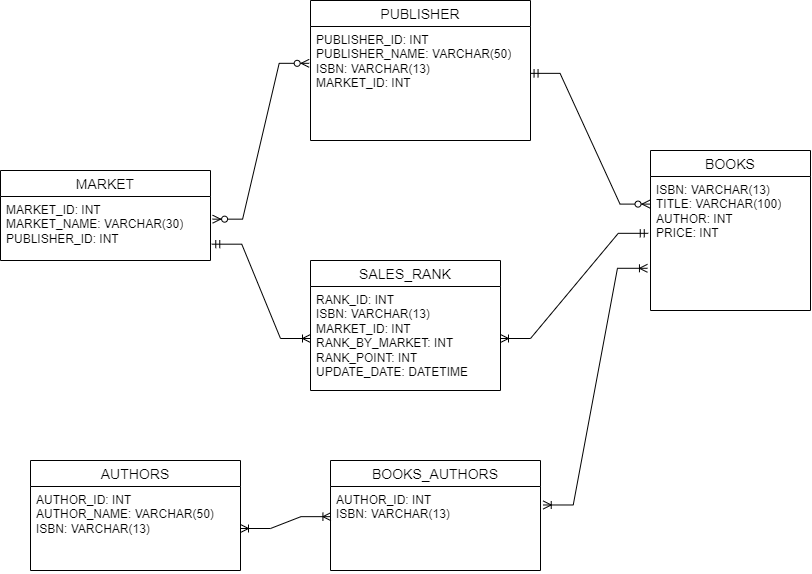
Above: Mini_Project_2/source/prepare_to_Crawling/ERD_PHYSICAL.drawio.png in Hyunminmax/MiniProjects (draw.io), before the change. Source tidied: cells renumbered, new cells last; positions are measured from the earlier drawing's top-left corner, leaving out a move shared by most shapes. The source it was exported from:
```xml
<mxGraphModel>
  <root>
    <mxCell id="0" />
    <mxCell id="1" parent="0" />
    <mxCell id="2" value="MARKET" style="swimlane;fontStyle=0;horizontal=1;startSize=26;align=center;fontSize=14;" parent="1" vertex="1">
      <mxGeometry y="170" width="210" height="90" as="geometry" />
    </mxCell>
    <mxCell id="3" value="MARKET_ID: INT&lt;br&gt;MARKET_NAME: VARCHAR(30)&lt;br&gt;PUBLISHER_ID: INT" style="text;strokeColor=none;fillColor=none;spacingLeft=4;spacingRight=4;overflow=hidden;points=[[0,0.5],[1,0.5]];portConstraint=eastwest;fontSize=12;whiteSpace=wrap;html=1;" parent="2" vertex="1">
      <mxGeometry y="26" width="210" height="64" as="geometry" />
    </mxCell>
    <mxCell id="4" value="PUBLISHER" style="swimlane;fontStyle=0;horizontal=1;startSize=26;align=center;fontSize=14;" parent="1" vertex="1">
      <mxGeometry x="310" width="220" height="140" as="geometry" />
    </mxCell>
    <mxCell id="5" value="PUBLISHER_ID: INT&lt;br&gt;PUBLISHER_NAME: VARCHAR(50)&lt;br&gt;ISBN: VARCHAR(13)&lt;br&gt;MARKET_ID: INT" style="text;strokeColor=none;fillColor=none;spacingLeft=4;spacingRight=4;overflow=hidden;points=[[0,0.5],[1,0.5]];portConstraint=eastwest;fontSize=12;whiteSpace=wrap;html=1;" parent="4" vertex="1">
      <mxGeometry y="26" width="220" height="114" as="geometry" />
    </mxCell>
    <mxCell id="6" value="SALES_RANK" style="swimlane;fontStyle=0;horizontal=1;startSize=26;align=center;fontSize=14;" parent="1" vertex="1">
      <mxGeometry x="310" y="260" width="190" height="130" as="geometry" />
    </mxCell>
    <mxCell id="7" value="RANK_ID: INT&lt;br&gt;ISBN: VARCHAR(13)&lt;br&gt;MARKET_ID: INT&lt;br&gt;RANK_BY_MARKET: INT&lt;br&gt;RANK_POINT: INT&lt;br&gt;UPDATE_DATE: DATETIME" style="text;strokeColor=none;fillColor=none;spacingLeft=4;spacingRight=4;overflow=hidden;points=[[0,0.5],[1,0.5]];portConstraint=eastwest;fontSize=12;whiteSpace=wrap;html=1;" parent="6" vertex="1">
      <mxGeometry y="26" width="190" height="104" as="geometry" />
    </mxCell>
    <mxCell id="8" value="BOOKS" style="swimlane;fontStyle=0;horizontal=1;startSize=26;align=center;fontSize=14;" parent="1" vertex="1">
      <mxGeometry x="650" y="150" width="160" height="160" as="geometry" />
    </mxCell>
    <mxCell id="9" value="ISBN: VARCHAR(13)&lt;div&gt;TITLE: VARCHAR(100)&lt;/div&gt;&lt;div&gt;AUTHOR: INT&lt;/div&gt;&lt;div&gt;PRICE: INT&lt;/div&gt;" style="text;strokeColor=none;fillColor=none;spacingLeft=4;spacingRight=4;overflow=hidden;points=[[0,0.5],[1,0.5]];portConstraint=eastwest;fontSize=12;whiteSpace=wrap;html=1;" parent="8" vertex="1">
      <mxGeometry y="26" width="160" height="134" as="geometry" />
    </mxCell>
    <mxCell id="10" value="AUTHORS" style="swimlane;fontStyle=0;horizontal=1;startSize=26;align=center;fontSize=14;" parent="1" vertex="1">
      <mxGeometry x="30" y="460" width="210" height="110" as="geometry" />
    </mxCell>
    <mxCell id="11" value="AUTHOR_ID: INT&lt;br&gt;AUTHOR_NAME: VARCHAR(50)&lt;div&gt;ISBN: VARCHAR(13)&lt;/div&gt;" style="text;strokeColor=none;fillColor=none;spacingLeft=4;spacingRight=4;overflow=hidden;points=[[0,0.5],[1,0.5]];portConstraint=eastwest;fontSize=12;whiteSpace=wrap;html=1;" parent="10" vertex="1">
      <mxGeometry y="26" width="210" height="84" as="geometry" />
    </mxCell>
    <mxCell id="12" value="BOOKS_AUTHORS" style="swimlane;fontStyle=0;horizontal=1;startSize=26;align=center;fontSize=14;" parent="1" vertex="1">
      <mxGeometry x="330" y="460" width="210" height="110" as="geometry" />
    </mxCell>
    <mxCell id="13" value="AUTHOR_ID: INT&lt;br&gt;&lt;div&gt;ISBN: VARCHAR(13)&lt;/div&gt;" style="text;strokeColor=none;fillColor=none;spacingLeft=4;spacingRight=4;overflow=hidden;points=[[0,0.5],[1,0.5]];portConstraint=eastwest;fontSize=12;whiteSpace=wrap;html=1;" parent="12" vertex="1">
      <mxGeometry y="26" width="210" height="84" as="geometry" />
    </mxCell>
    <mxCell id="14" style="edgeStyle=entityRelationEdgeStyle;fontSize=12;html=1;endArrow=ERzeroToMany;endFill=1;startArrow=ERzeroToMany;rounded=0;exitX=1.01;exitY=0.354;exitDx=0;exitDy=0;exitPerimeter=0;entryX=-0.006;entryY=0.323;entryDx=0;entryDy=0;entryPerimeter=0;" parent="1" edge="1" source="3" target="5">
      <mxGeometry relative="1" as="geometry" />
    </mxCell>
    <mxCell id="15" style="edgeStyle=entityRelationEdgeStyle;fontSize=12;html=1;endArrow=ERoneToMany;startArrow=ERmandOne;rounded=0;exitX=1.006;exitY=0.745;exitDx=0;exitDy=0;exitPerimeter=0;entryX=0;entryY=0.5;entryDx=0;entryDy=0;" parent="1" edge="1" source="3" target="7">
      <mxGeometry relative="1" as="geometry" />
    </mxCell>
    <mxCell id="16" style="edgeStyle=entityRelationEdgeStyle;fontSize=12;html=1;endArrow=ERzeroToMany;startArrow=ERmandOne;rounded=0;entryX=-0.003;entryY=0.206;entryDx=0;entryDy=0;entryPerimeter=0;exitX=0.998;exitY=0.411;exitDx=0;exitDy=0;exitPerimeter=0;" parent="1" edge="1" source="5" target="9">
      <mxGeometry relative="1" as="geometry" />
    </mxCell>
    <mxCell id="17" style="edgeStyle=entityRelationEdgeStyle;fontSize=12;html=1;endArrow=ERoneToMany;startArrow=ERmandOne;rounded=0;entryX=1;entryY=0.5;entryDx=0;entryDy=0;exitX=-0.014;exitY=0.424;exitDx=0;exitDy=0;exitPerimeter=0;" parent="1" edge="1" source="9" target="7">
      <mxGeometry relative="1" as="geometry" />
    </mxCell>
    <mxCell id="18" style="edgeStyle=entityRelationEdgeStyle;fontSize=12;html=1;endArrow=ERoneToMany;startArrow=ERoneToMany;rounded=0;entryX=-0.019;entryY=0.685;entryDx=0;entryDy=0;entryPerimeter=0;exitX=1.013;exitY=0.22;exitDx=0;exitDy=0;exitPerimeter=0;" parent="1" edge="1" source="13" target="9">
      <mxGeometry relative="1" as="geometry" />
    </mxCell>
    <mxCell id="19" style="edgeStyle=entityRelationEdgeStyle;fontSize=12;html=1;endArrow=ERoneToMany;startArrow=ERoneToMany;rounded=0;entryX=0.002;entryY=0.359;entryDx=0;entryDy=0;entryPerimeter=0;" parent="1" edge="1" source="11" target="13">
      <mxGeometry relative="1" as="geometry" />
    </mxCell>
  </root>
</mxGraphModel>
```
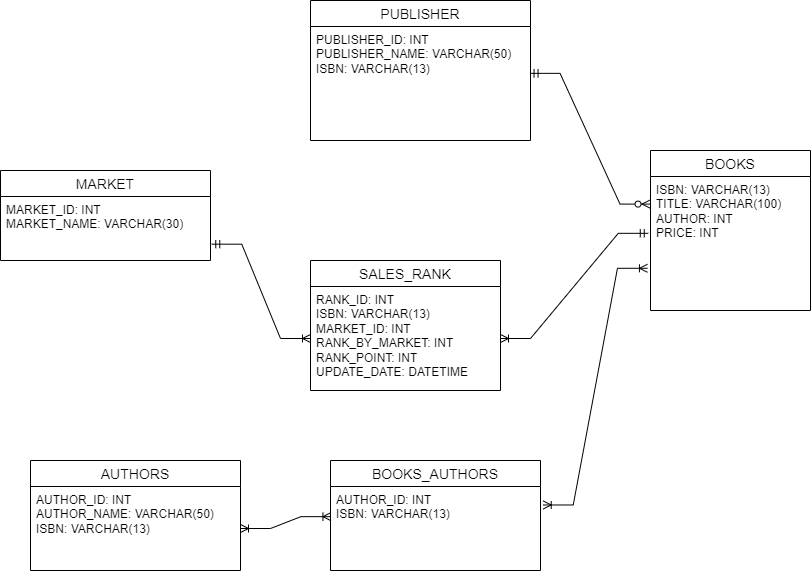
Later version of the same file.

What changed in the source:
```diff
@@ -5,13 +5,13 @@
     <mxCell id="2" value="MARKET" style="swimlane;fontStyle=0;horizontal=1;startSize=26;align=center;fontSize=14;" parent="1" vertex="1">
       <mxGeometry y="170" width="210" height="90" as="geometry" />
     </mxCell>
-    <mxCell id="3" value="MARKET_ID: INT&lt;br&gt;MARKET_NAME: VARCHAR(30)&lt;br&gt;PUBLISHER_ID: INT" style="text;strokeColor=none;fillColor=none;spacingLeft=4;spacingRight=4;overflow=hidden;points=[[0,0.5],[1,0.5]];portConstraint=eastwest;fontSize=12;whiteSpace=wrap;html=1;" parent="2" vertex="1">
+    <mxCell id="3" value="MARKET_ID: INT&lt;br&gt;MARKET_NAME: VARCHAR(30)" style="text;strokeColor=none;fillColor=none;spacingLeft=4;spacingRight=4;overflow=hidden;points=[[0,0.5],[1,0.5]];portConstraint=eastwest;fontSize=12;whiteSpace=wrap;html=1;" parent="2" vertex="1">
       <mxGeometry y="26" width="210" height="64" as="geometry" />
     </mxCell>
     <mxCell id="4" value="PUBLISHER" style="swimlane;fontStyle=0;horizontal=1;startSize=26;align=center;fontSize=14;" parent="1" vertex="1">
       <mxGeometry x="310" width="220" height="140" as="geometry" />
     </mxCell>
-    <mxCell id="5" value="PUBLISHER_ID: INT&lt;br&gt;PUBLISHER_NAME: VARCHAR(50)&lt;br&gt;ISBN: VARCHAR(13)&lt;br&gt;MARKET_ID: INT" style="text;strokeColor=none;fillColor=none;spacingLeft=4;spacingRight=4;overflow=hidden;points=[[0,0.5],[1,0.5]];portConstraint=eastwest;fontSize=12;whiteSpace=wrap;html=1;" parent="4" vertex="1">
+    <mxCell id="5" value="PUBLISHER_ID: INT&lt;br&gt;PUBLISHER_NAME: VARCHAR(50)&lt;br&gt;ISBN: VARCHAR(13)" style="text;strokeColor=none;fillColor=none;spacingLeft=4;spacingRight=4;overflow=hidden;points=[[0,0.5],[1,0.5]];portConstraint=eastwest;fontSize=12;whiteSpace=wrap;html=1;" parent="4" vertex="1">
       <mxGeometry y="26" width="220" height="114" as="geometry" />
     </mxCell>
     <mxCell id="6" value="SALES_RANK" style="swimlane;fontStyle=0;horizontal=1;startSize=26;align=center;fontSize=14;" parent="1" vertex="1">
@@ -38,9 +38,6 @@
     <mxCell id="13" value="AUTHOR_ID: INT&lt;br&gt;&lt;div&gt;ISBN: VARCHAR(13)&lt;/div&gt;" style="text;strokeColor=none;fillColor=none;spacingLeft=4;spacingRight=4;overflow=hidden;points=[[0,0.5],[1,0.5]];portConstraint=eastwest;fontSize=12;whiteSpace=wrap;html=1;" parent="12" vertex="1">
       <mxGeometry y="26" width="210" height="84" as="geometry" />
     </mxCell>
-    <mxCell id="14" style="edgeStyle=entityRelationEdgeStyle;fontSize=12;html=1;endArrow=ERzeroToMany;endFill=1;startArrow=ERzeroToMany;rounded=0;exitX=1.01;exitY=0.354;exitDx=0;exitDy=0;exitPerimeter=0;entryX=-0.006;entryY=0.323;entryDx=0;entryDy=0;entryPerimeter=0;" parent="1" edge="1" source="3" target="5">
-      <mxGeometry relative="1" as="geometry" />
-    </mxCell>
     <mxCell id="15" style="edgeStyle=entityRelationEdgeStyle;fontSize=12;html=1;endArrow=ERoneToMany;startArrow=ERmandOne;rounded=0;exitX=1.006;exitY=0.745;exitDx=0;exitDy=0;exitPerimeter=0;entryX=0;entryY=0.5;entryDx=0;entryDy=0;" parent="1" edge="1" source="3" target="7">
       <mxGeometry relative="1" as="geometry" />
     </mxCell>
```
